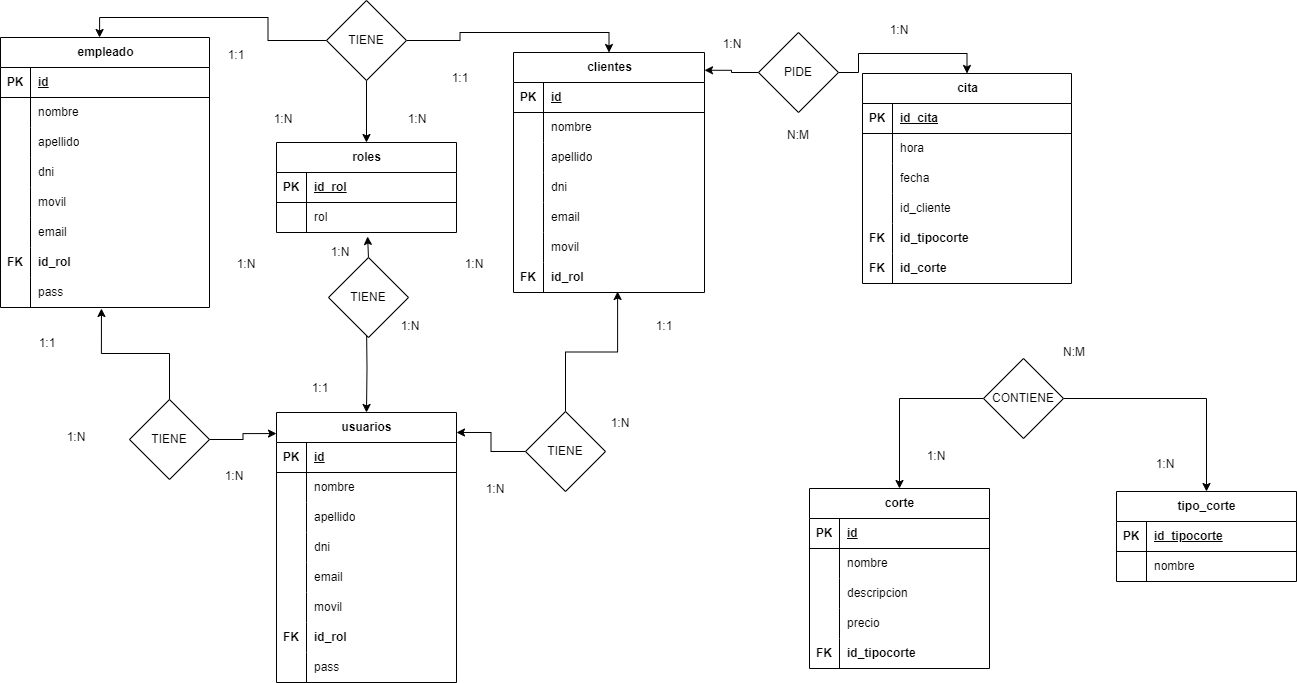
Above: doc/entidad_relacion/DrawIO/Entidad-Relacion.png in Jorgeev27/Servicio-Peluqueria (draw.io), before the change. Source tidied: cells renumbered, new cells last; positions are measured from the earlier drawing's top-left corner, leaving out a move shared by most shapes.
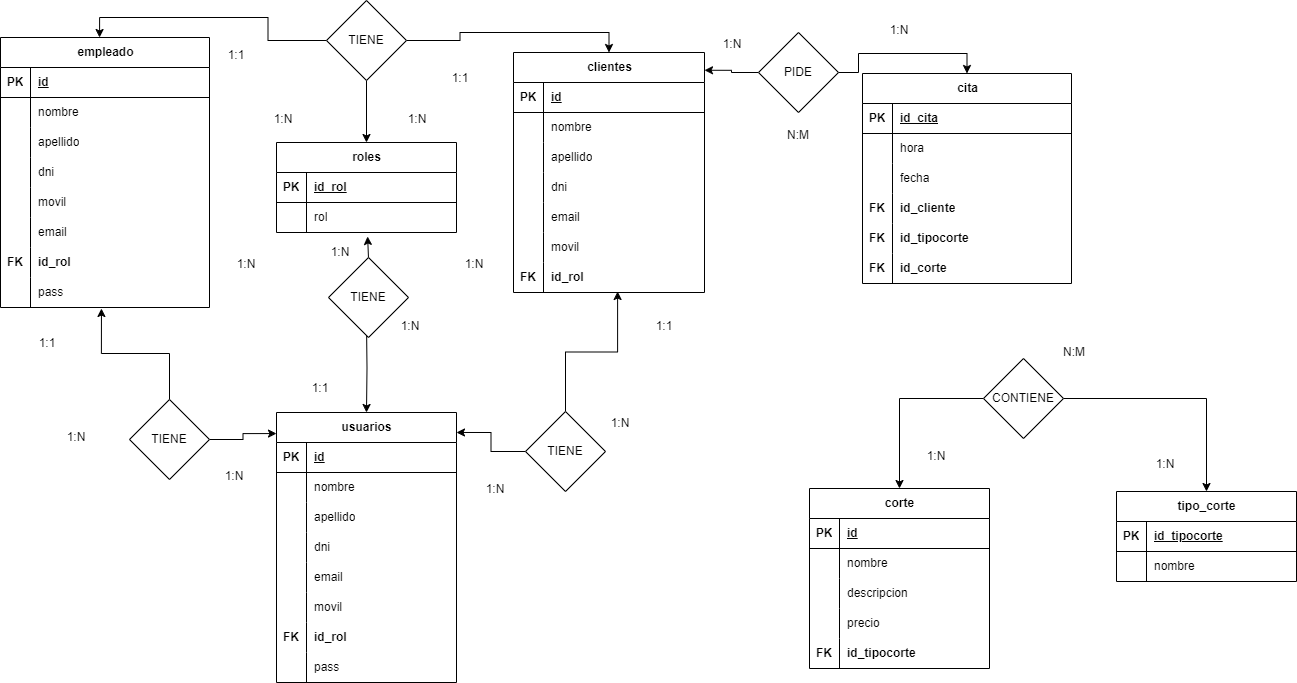
After the commit.

What changed in the source:
```diff
@@ -158,10 +158,10 @@
     <mxCell id="53" style="shape=tableRow;horizontal=0;startSize=0;swimlaneHead=0;swimlaneBody=0;fillColor=none;top=0;left=0;right=0;bottom=0;" parent="43" vertex="1">
       <mxGeometry y="120" width="209" height="30" as="geometry" />
     </mxCell>
-    <mxCell id="54" style="shape=partialRectangle;fillColor=none;top=0;left=0;bottom=0;right=0;overflow=hidden;whiteSpace=wrap;html=1;" parent="53" vertex="1">
+    <mxCell id="54" value="&lt;b&gt;FK&lt;/b&gt;" style="shape=partialRectangle;fillColor=none;top=0;left=0;bottom=0;right=0;overflow=hidden;whiteSpace=wrap;html=1;" parent="53" vertex="1">
       <mxGeometry width="30" height="30" as="geometry" />
     </mxCell>
-    <mxCell id="55" value="id_cliente" style="shape=partialRectangle;fillColor=none;top=0;left=0;bottom=0;right=0;align=left;spacingLeft=6;overflow=hidden;whiteSpace=wrap;html=1;" parent="53" vertex="1">
+    <mxCell id="55" value="&lt;b&gt;id_cliente&lt;/b&gt;" style="shape=partialRectangle;fillColor=none;top=0;left=0;bottom=0;right=0;align=left;spacingLeft=6;overflow=hidden;whiteSpace=wrap;html=1;" parent="53" vertex="1">
       <mxGeometry x="30" width="179" height="30" as="geometry" />
     </mxCell>
     <mxCell id="56" style="shape=tableRow;horizontal=0;startSize=0;swimlaneHead=0;swimlaneBody=0;fillColor=none;top=0;left=0;right=0;bottom=0;" parent="43" vertex="1">
```
